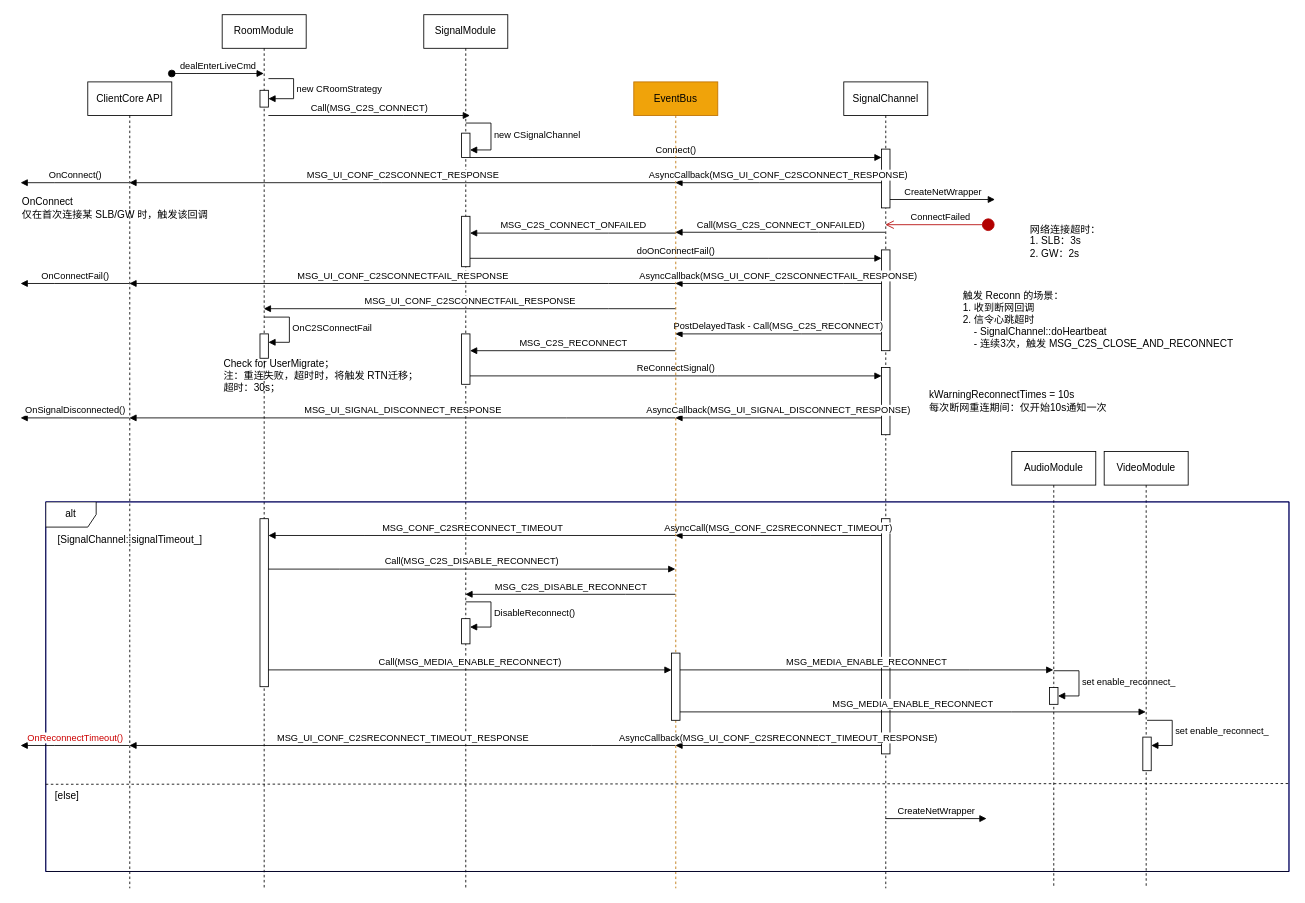
Before: reconnect.drawio in cnnop007/arch-docs, a draw.io diagram. Source tidied: cells renumbered, new cells numbered last; positions are measured from the earlier drawing's top-left corner, leaving out a move shared by most shapes. Both pictures are drawn from the tidied source at 84%, with x=0, y=0 at pixel (20, 14).
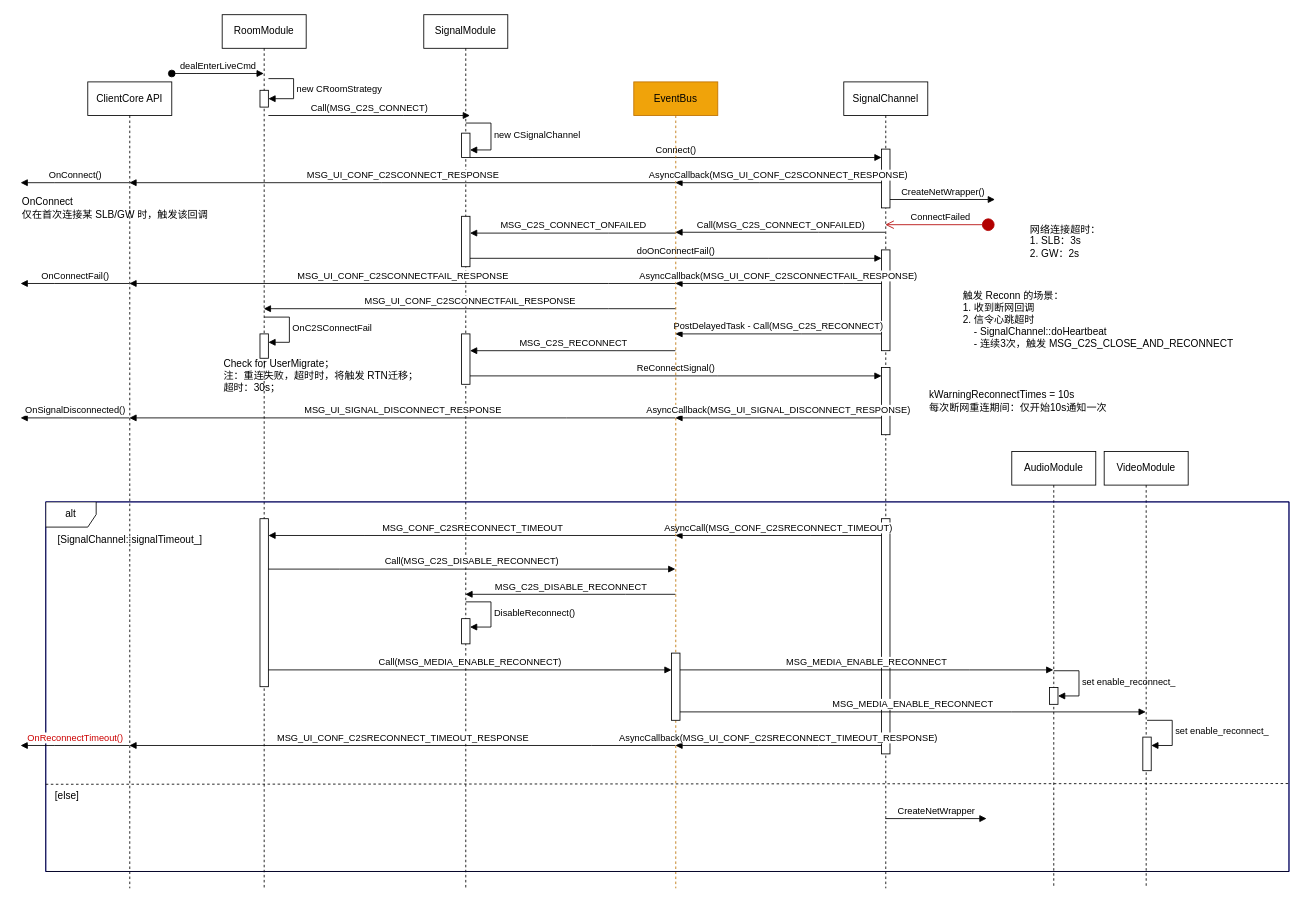
The same page after the edit.

The change refers to these unchanged cells:
```xml
<mxCell id="20" style="html=1;points=[];perimeter=orthogonalPerimeter;outlineConnect=0;targetShapes=umlLifeline;portConstraint=eastwest;newEdgeStyle={&quot;edgeStyle&quot;:&quot;elbowEdgeStyle&quot;,&quot;elbow&quot;:&quot;vertical&quot;,&quot;curved&quot;:0,&quot;rounded&quot;:0};" parent="16" vertex="1">
  <mxGeometry x="45" y="80" width="10" height="70" as="geometry" />
</mxCell>
```

The edit, as a diff of the source:
```diff
@@
-    <mxCell id="22" value="CreateNetWrapper" style="html=1;verticalAlign=bottom;endArrow=block;edgeStyle=elbowEdgeStyle;elbow=vertical;curved=0;rounded=0;" parent="1" edge="1" source="20">
+    <mxCell id="22" value="CreateNetWrapper()" style="html=1;verticalAlign=bottom;endArrow=block;edgeStyle=elbowEdgeStyle;elbow=vertical;curved=0;rounded=0;" parent="1" edge="1" source="20">
       <mxGeometry relative="1" as="geometry">
         <mxPoint x="1160" y="220" as="targetPoint" />
         <Array as="points">
           <mxPoint x="1080" y="220" />
           <mxPoint x="1130" y="210" />
           <mxPoint x="1050" y="200" />
           <mxPoint x="1120" y="300" />
           <mxPoint x="1020" y="390" />
         </Array>
       </mxGeometry>
     </mxCell>
```
